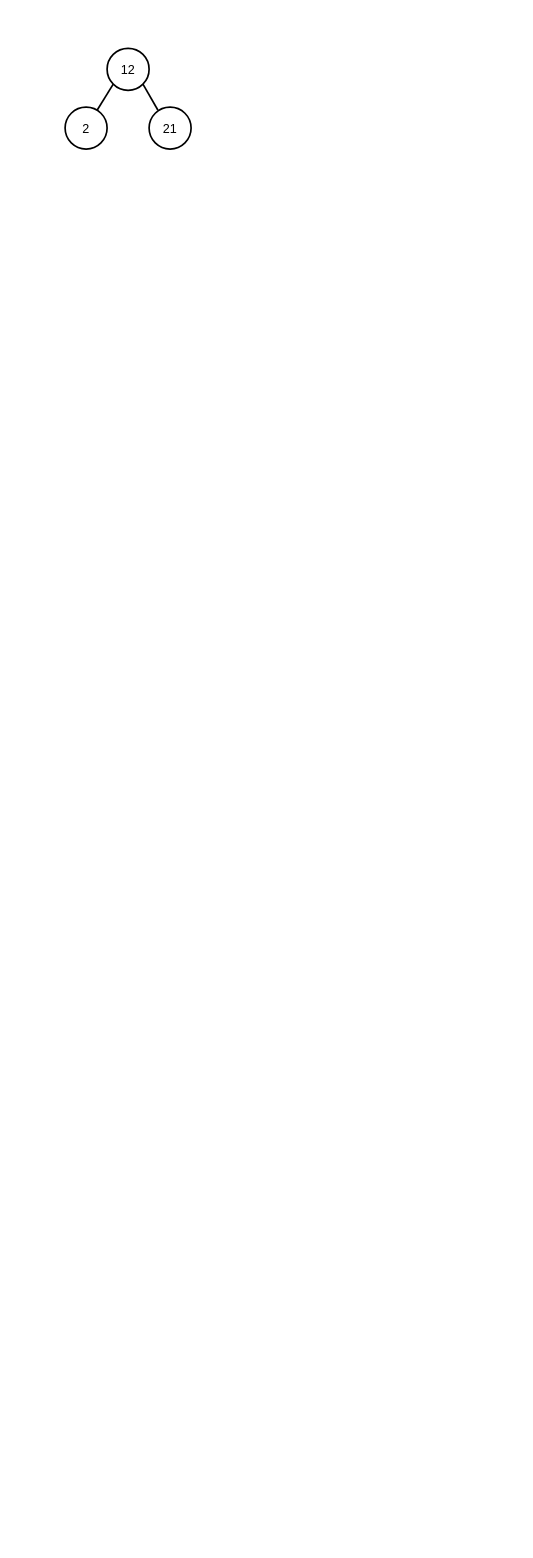
Earlier version of the draw.io diagram page "rb_tree_rebalance" (8 of 13) of ft_containers.drawio (khk811/ft_containers). Source tidied: cells renumbered, new cells numbered last; positions are measured from the earlier drawing's top-left corner, leaving out a move shared by most shapes. Both pictures are drawn from the tidied source at 84%, with x=0, y=0 at pixel (65, 48).
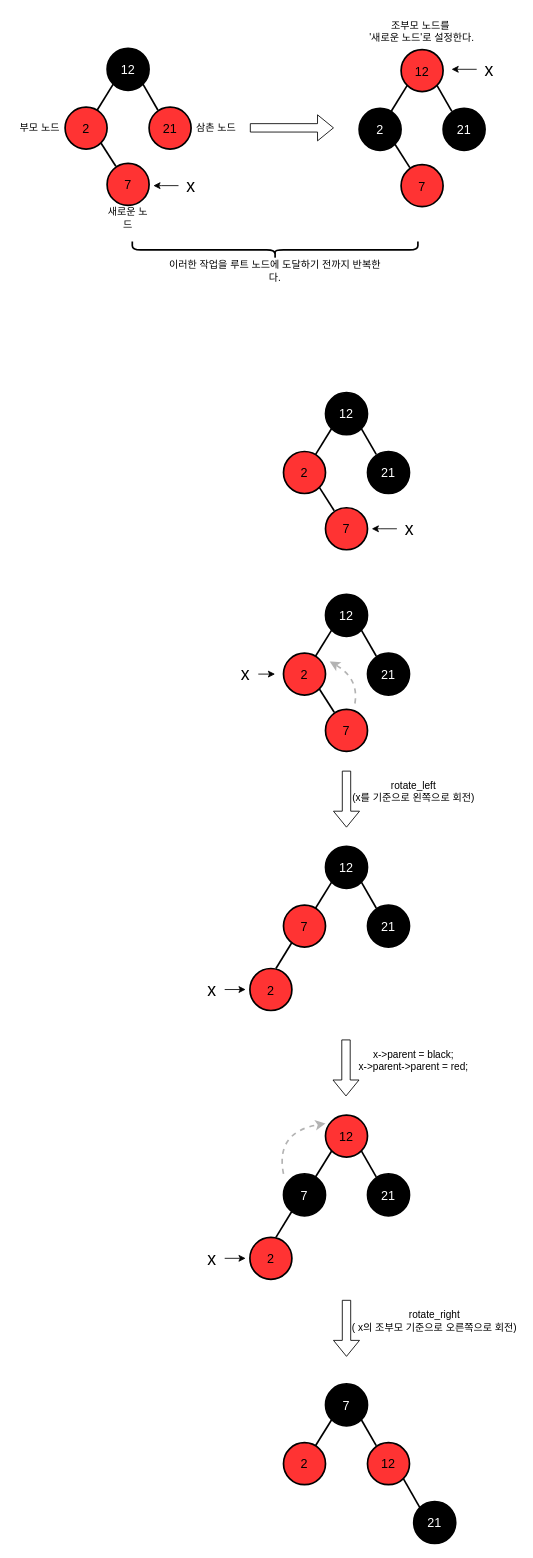
After the change.

The edit, as a diff of the source:
```diff
@@
-    <mxCell id="2" value="&lt;font color=&quot;#000000&quot;&gt;2&lt;/font&gt;" style="ellipse;whiteSpace=wrap;html=1;fillStyle=auto;strokeColor=#000000;strokeWidth=2;fontSize=15;fontColor=#FF6666;fillColor=none;" parent="1" vertex="1">
+    <mxCell id="2" value="&lt;font color=&quot;#000000&quot;&gt;2&lt;/font&gt;" style="ellipse;whiteSpace=wrap;html=1;fillStyle=auto;strokeColor=#000000;strokeWidth=2;fontSize=15;fontColor=#FF6666;fillColor=#FF3333;" parent="1" vertex="1">
       <mxGeometry y="70" width="50" height="50" as="geometry" />
     </mxCell>
-    <mxCell id="3" value="&lt;font color=&quot;#000000&quot;&gt;12&lt;/font&gt;" style="ellipse;whiteSpace=wrap;html=1;fillStyle=auto;strokeColor=#000000;strokeWidth=2;fontSize=15;fontColor=#FF6666;fillColor=none;" parent="1" vertex="1">
+    <mxCell id="3" value="&lt;font&gt;12&lt;/font&gt;" style="ellipse;whiteSpace=wrap;html=1;fillStyle=auto;strokeColor=#000000;strokeWidth=2;fontSize=15;fontColor=#FFFFFF;fillColor=#000000;" parent="1" vertex="1">
       <mxGeometry x="50" width="50" height="50" as="geometry" />
     </mxCell>
-    <mxCell id="4" value="&lt;font color=&quot;#000000&quot;&gt;21&lt;/font&gt;" style="ellipse;whiteSpace=wrap;html=1;fillStyle=auto;strokeColor=#000000;strokeWidth=2;fontSize=15;fontColor=#FF6666;fillColor=none;" parent="1" vertex="1">
+    <mxCell id="4" value="&lt;font color=&quot;#000000&quot;&gt;21&lt;/font&gt;" style="ellipse;whiteSpace=wrap;html=1;fillStyle=auto;strokeColor=#000000;strokeWidth=2;fontSize=15;fontColor=#FF6666;fillColor=#FF3333;" parent="1" vertex="1">
       <mxGeometry x="100" y="70" width="50" height="50" as="geometry" />
     </mxCell>
@@
+    <mxCell id="7" value="&lt;font color=&quot;#000000&quot;&gt;7&lt;/font&gt;" style="ellipse;whiteSpace=wrap;html=1;fillStyle=auto;strokeColor=#000000;strokeWidth=2;fontSize=15;fontColor=#FF6666;fillColor=#FF3333;" parent="1" vertex="1">
+      <mxGeometry x="50" y="137" width="50" height="50" as="geometry" />
+    </mxCell>
+    <mxCell id="8" style="endArrow=none;html=1;rounded=0;strokeColor=#000000;strokeWidth=2;fontSize=15;fontColor=#FF6666;exitX=0.208;exitY=0.07;exitDx=0;exitDy=0;entryX=1;entryY=1;entryDx=0;entryDy=0;exitPerimeter=0;" parent="1" edge="1" source="7" target="2">
+      <mxGeometry relative="1" as="geometry" />
+    </mxCell>
+    <mxCell id="9" value="새로운 노드" style="text;strokeColor=none;align=center;fillColor=none;html=1;verticalAlign=middle;whiteSpace=wrap;rounded=0;" parent="1" vertex="1">
+      <mxGeometry x="45" y="187" width="60" height="30" as="geometry" />
+    </mxCell>
+    <mxCell id="10" value="부모 노드" style="text;strokeColor=none;align=center;fillColor=none;html=1;verticalAlign=middle;whiteSpace=wrap;rounded=0;" parent="1" vertex="1">
+      <mxGeometry x="-60" y="80" width="60" height="30" as="geometry" />
+    </mxCell>
+    <mxCell id="11" value="삼촌 노드" style="text;strokeColor=none;align=center;fillColor=none;html=1;verticalAlign=middle;whiteSpace=wrap;rounded=0;" parent="1" vertex="1">
+      <mxGeometry x="150" y="80" width="60" height="30" as="geometry" />
+    </mxCell>
+    <mxCell id="12" value="&lt;font&gt;2&lt;/font&gt;" style="ellipse;whiteSpace=wrap;html=1;fillStyle=auto;strokeColor=#000000;strokeWidth=2;fontSize=15;fontColor=#FFFFFF;fillColor=#000000;" parent="1" vertex="1">
+      <mxGeometry x="350" y="71.5" width="50" height="50" as="geometry" />
+    </mxCell>
+    <mxCell id="13" value="&lt;font&gt;12&lt;/font&gt;" style="ellipse;whiteSpace=wrap;html=1;fillStyle=auto;strokeColor=#000000;strokeWidth=2;fontSize=15;fontColor=#000000;fillColor=#FF3333;" parent="1" vertex="1">
+      <mxGeometry x="400" y="1.5" width="50" height="50" as="geometry" />
+    </mxCell>
+    <mxCell id="14" value="&lt;font&gt;21&lt;/font&gt;" style="ellipse;whiteSpace=wrap;html=1;fillStyle=auto;strokeColor=#000000;strokeWidth=2;fontSize=15;fontColor=#FFFFFF;fillColor=#000000;" parent="1" vertex="1">
+      <mxGeometry x="450" y="71.5" width="50" height="50" as="geometry" />
+    </mxCell>
+    <mxCell id="15" style="endArrow=none;html=1;rounded=0;strokeColor=#000000;strokeWidth=2;fontSize=15;fontColor=#FF6666;entryX=0;entryY=1;entryDx=0;entryDy=0;" parent="1" edge="1" source="12" target="13">
+      <mxGeometry relative="1" as="geometry" />
+    </mxCell>
+    <mxCell id="16" style="endArrow=none;html=1;rounded=0;strokeColor=#000000;strokeWidth=2;fontSize=15;fontColor=#FF6666;exitX=0.208;exitY=0.07;exitDx=0;exitDy=0;entryX=1;entryY=1;entryDx=0;entryDy=0;exitPerimeter=0;" parent="1" edge="1" source="14" target="13">
+      <mxGeometry relative="1" as="geometry" />
+    </mxCell>
+    <mxCell id="17" value="&lt;font color=&quot;#000000&quot;&gt;7&lt;/font&gt;" style="ellipse;whiteSpace=wrap;html=1;fillStyle=auto;strokeColor=#000000;strokeWidth=2;fontSize=15;fontColor=#FF6666;fillColor=#FF3333;" parent="1" vertex="1">
+      <mxGeometry x="400" y="138.5" width="50" height="50" as="geometry" />
+    </mxCell>
+    <mxCell id="18" style="endArrow=none;html=1;rounded=0;strokeColor=#000000;strokeWidth=2;fontSize=15;fontColor=#FF6666;exitX=0.208;exitY=0.07;exitDx=0;exitDy=0;entryX=1;entryY=1;entryDx=0;entryDy=0;exitPerimeter=0;" parent="1" edge="1" source="17" target="12">
+      <mxGeometry relative="1" as="geometry" />
+    </mxCell>
+    <mxCell id="19" style="shape=flexArrow;endArrow=classic;html=1;rounded=0;" parent="1" edge="1">
+      <mxGeometry relative="1" as="geometry">
+        <mxPoint x="220" y="94.7" as="sourcePoint" />
+        <mxPoint x="320" y="94.7" as="targetPoint" />
+      </mxGeometry>
+    </mxCell>
+    <mxCell id="20" style="shape=curlyBracket;whiteSpace=wrap;html=1;rounded=1;labelPosition=left;verticalLabelPosition=middle;align=right;verticalAlign=middle;direction=north;strokeWidth=2;" parent="1" vertex="1">
+      <mxGeometry x="80" y="230" width="340" height="20" as="geometry" />
+    </mxCell>
+    <mxCell id="21" value="이러한 작업을 루트 노드에 도달하기 전까지 반복한다." style="text;strokeColor=none;align=center;fillColor=none;html=1;verticalAlign=middle;whiteSpace=wrap;rounded=0;" parent="1" vertex="1">
+      <mxGeometry x="120" y="250" width="260" height="30" as="geometry" />
+    </mxCell>
+    <mxCell id="22" value="조부모 노드를&amp;nbsp;&lt;br&gt;'새로운 노드'로 설정한다." style="text;strokeColor=none;align=center;fillColor=none;html=1;verticalAlign=middle;whiteSpace=wrap;rounded=0;" parent="1" vertex="1">
+      <mxGeometry x="355" y="-40" width="140" height="40" as="geometry" />
+    </mxCell>
+    <mxCell id="23" style="edgeStyle=orthogonalEdgeStyle;rounded=0;jettySize=auto;html=1;" parent="1" edge="1" source="24">
+      <mxGeometry relative="1" as="geometry">
+        <mxPoint x="250" y="745" as="targetPoint" />
+      </mxGeometry>
+    </mxCell>
+    <mxCell id="24" value="&lt;font style=&quot;font-size: 21px;&quot;&gt;x&lt;/font&gt;" style="text;strokeColor=none;align=center;fillColor=none;html=1;verticalAlign=middle;whiteSpace=wrap;rounded=0;" parent="1" vertex="1">
+      <mxGeometry x="200" y="731.5" width="30" height="27" as="geometry" />
+    </mxCell>
+    <mxCell id="25" style="edgeStyle=orthogonalEdgeStyle;rounded=0;jettySize=auto;html=1;" parent="1" edge="1" source="26">
+      <mxGeometry relative="1" as="geometry">
+        <mxPoint x="460" y="25" as="targetPoint" />
+      </mxGeometry>
+    </mxCell>
+    <mxCell id="26" value="&lt;font style=&quot;font-size: 21px;&quot;&gt;x&lt;/font&gt;" style="text;strokeColor=none;align=center;fillColor=none;html=1;verticalAlign=middle;whiteSpace=wrap;rounded=0;" parent="1" vertex="1">
+      <mxGeometry x="490" y="11.5" width="30" height="27" as="geometry" />
+    </mxCell>
+    <mxCell id="27" value="&lt;font color=&quot;#000000&quot;&gt;2&lt;/font&gt;" style="ellipse;whiteSpace=wrap;html=1;fillStyle=auto;strokeColor=#000000;strokeWidth=2;fontSize=15;fontColor=#FF6666;fillColor=#FF3333;" parent="1" vertex="1">
+      <mxGeometry x="260" y="720" width="50" height="50" as="geometry" />
+    </mxCell>
+    <mxCell id="28" value="&lt;font&gt;12&lt;/font&gt;" style="ellipse;whiteSpace=wrap;html=1;fillStyle=auto;strokeColor=#000000;strokeWidth=2;fontSize=15;fontColor=#FFFFFF;fillColor=#000000;" parent="1" vertex="1">
+      <mxGeometry x="310" y="650" width="50" height="50" as="geometry" />
+    </mxCell>
+    <mxCell id="29" value="&lt;font&gt;21&lt;/font&gt;" style="ellipse;whiteSpace=wrap;html=1;fillStyle=auto;strokeColor=#000000;strokeWidth=2;fontSize=15;fontColor=#FFFFFF;fillColor=#000000;" parent="1" vertex="1">
+      <mxGeometry x="360" y="720" width="50" height="50" as="geometry" />
+    </mxCell>
+    <mxCell id="30" style="endArrow=none;html=1;rounded=0;strokeColor=#000000;strokeWidth=2;fontSize=15;fontColor=#FF6666;entryX=0;entryY=1;entryDx=0;entryDy=0;" parent="1" edge="1" source="27" target="28">
+      <mxGeometry relative="1" as="geometry" />
+    </mxCell>
+    <mxCell id="31" style="endArrow=none;html=1;rounded=0;strokeColor=#000000;strokeWidth=2;fontSize=15;fontColor=#FF6666;exitX=0.208;exitY=0.07;exitDx=0;exitDy=0;entryX=1;entryY=1;entryDx=0;entryDy=0;exitPerimeter=0;" parent="1" edge="1" source="29" target="28">
+      <mxGeometry relative="1" as="geometry" />
+    </mxCell>
+    <mxCell id="32" value="&lt;font color=&quot;#000000&quot;&gt;7&lt;/font&gt;" style="ellipse;whiteSpace=wrap;html=1;fillStyle=auto;strokeColor=#000000;strokeWidth=2;fontSize=15;fontColor=#FF6666;fillColor=#FF3333;" parent="1" vertex="1">
+      <mxGeometry x="310" y="787" width="50" height="50" as="geometry" />
+    </mxCell>
+    <mxCell id="33" style="endArrow=none;html=1;rounded=0;strokeColor=#000000;strokeWidth=2;fontSize=15;fontColor=#FF6666;exitX=0.208;exitY=0.07;exitDx=0;exitDy=0;entryX=1;entryY=1;entryDx=0;entryDy=0;exitPerimeter=0;" parent="1" edge="1" source="32" target="27">
+      <mxGeometry relative="1" as="geometry" />
+    </mxCell>
+    <mxCell id="34" style="shape=flexArrow;endArrow=classic;html=1;rounded=0;" parent="1" edge="1">
+      <mxGeometry relative="1" as="geometry">
+        <mxPoint x="335" y="860" as="sourcePoint" />
+        <mxPoint x="335" y="927.7" as="targetPoint" />
+      </mxGeometry>
+    </mxCell>
+    <mxCell id="35" value="rotate_left&lt;br&gt;(x를 기준으로 왼쪽으로 회전)" style="text;strokeColor=none;align=center;fillColor=none;html=1;verticalAlign=middle;whiteSpace=wrap;rounded=0;" parent="1" vertex="1">
+      <mxGeometry x="340" y="870" width="150" height="30" as="geometry" />
+    </mxCell>
+    <mxCell id="36" style="curved=1;endArrow=classic;html=1;rounded=0;dashed=1;strokeWidth=2;strokeColor=#B3B3B3;" parent="1" edge="1">
+      <mxGeometry relative="1" as="geometry">
+        <mxPoint x="345" y="780" as="sourcePoint" />
+        <mxPoint x="315" y="730" as="targetPoint" />
+        <Array as="points">
+          <mxPoint x="350" y="750" />
+        </Array>
+      </mxGeometry>
+    </mxCell>
+    <mxCell id="37" value="&lt;font color=&quot;#000000&quot;&gt;2&lt;/font&gt;" style="ellipse;whiteSpace=wrap;html=1;fillStyle=auto;strokeColor=#000000;strokeWidth=2;fontSize=15;fontColor=#FF6666;fillColor=#FF3333;" parent="1" vertex="1">
+      <mxGeometry x="260" y="480" width="50" height="50" as="geometry" />
+    </mxCell>
+    <mxCell id="38" value="&lt;font&gt;12&lt;/font&gt;" style="ellipse;whiteSpace=wrap;html=1;fillStyle=auto;strokeColor=#000000;strokeWidth=2;fontSize=15;fontColor=#FFFFFF;fillColor=#000000;" parent="1" vertex="1">
+      <mxGeometry x="310" y="410" width="50" height="50" as="geometry" />
+    </mxCell>
+    <mxCell id="39" value="&lt;font&gt;21&lt;/font&gt;" style="ellipse;whiteSpace=wrap;html=1;fillStyle=auto;strokeColor=#000000;strokeWidth=2;fontSize=15;fontColor=#FFFFFF;fillColor=#000000;" parent="1" vertex="1">
+      <mxGeometry x="360" y="480" width="50" height="50" as="geometry" />
+    </mxCell>
+    <mxCell id="40" style="endArrow=none;html=1;rounded=0;strokeColor=#000000;strokeWidth=2;fontSize=15;fontColor=#FF6666;entryX=0;entryY=1;entryDx=0;entryDy=0;" parent="1" edge="1" source="37" target="38">
+      <mxGeometry relative="1" as="geometry" />
+    </mxCell>
+    <mxCell id="41" style="endArrow=none;html=1;rounded=0;strokeColor=#000000;strokeWidth=2;fontSize=15;fontColor=#FF6666;exitX=0.208;exitY=0.07;exitDx=0;exitDy=0;entryX=1;entryY=1;entryDx=0;entryDy=0;exitPerimeter=0;" parent="1" edge="1" source="39" target="38">
+      <mxGeometry relative="1" as="geometry" />
+    </mxCell>
+    <mxCell id="42" value="&lt;font color=&quot;#000000&quot;&gt;7&lt;/font&gt;" style="ellipse;whiteSpace=wrap;html=1;fillStyle=auto;strokeColor=#000000;strokeWidth=2;fontSize=15;fontColor=#FF6666;fillColor=#FF3333;" parent="1" vertex="1">
+      <mxGeometry x="310" y="547" width="50" height="50" as="geometry" />
+    </mxCell>
+    <mxCell id="43" style="endArrow=none;html=1;rounded=0;strokeColor=#000000;strokeWidth=2;fontSize=15;fontColor=#FF6666;exitX=0.208;exitY=0.07;exitDx=0;exitDy=0;entryX=1;entryY=1;entryDx=0;entryDy=0;exitPerimeter=0;" parent="1" edge="1" source="42" target="37">
+      <mxGeometry relative="1" as="geometry" />
+    </mxCell>
+    <mxCell id="44" style="edgeStyle=orthogonalEdgeStyle;rounded=0;jettySize=auto;html=1;" parent="1" edge="1" source="45">
+      <mxGeometry relative="1" as="geometry">
+        <mxPoint x="105" y="163.5" as="targetPoint" />
+      </mxGeometry>
+    </mxCell>
+    <mxCell id="45" value="&lt;font style=&quot;font-size: 21px;&quot;&gt;x&lt;/font&gt;" style="text;strokeColor=none;align=center;fillColor=none;html=1;verticalAlign=middle;whiteSpace=wrap;rounded=0;" parent="1" vertex="1">
+      <mxGeometry x="135" y="150" width="30" height="27" as="geometry" />
+    </mxCell>
+    <mxCell id="46" style="edgeStyle=orthogonalEdgeStyle;rounded=0;jettySize=auto;html=1;" parent="1" edge="1" source="47">
+      <mxGeometry relative="1" as="geometry">
+        <mxPoint x="365" y="572" as="targetPoint" />
+      </mxGeometry>
+    </mxCell>
+    <mxCell id="47" value="&lt;font style=&quot;font-size: 21px;&quot;&gt;x&lt;/font&gt;" style="text;strokeColor=none;align=center;fillColor=none;html=1;verticalAlign=middle;whiteSpace=wrap;rounded=0;" parent="1" vertex="1">
+      <mxGeometry x="395" y="558.5" width="30" height="27" as="geometry" />
+    </mxCell>
+    <mxCell id="48" value="&lt;font color=&quot;#000000&quot;&gt;7&lt;/font&gt;" style="ellipse;whiteSpace=wrap;html=1;fillStyle=auto;strokeColor=#000000;strokeWidth=2;fontSize=15;fontColor=#FF6666;fillColor=#FF3333;" parent="1" vertex="1">
+      <mxGeometry x="260" y="1020" width="50" height="50" as="geometry" />
+    </mxCell>
+    <mxCell id="49" value="&lt;font&gt;12&lt;/font&gt;" style="ellipse;whiteSpace=wrap;html=1;fillStyle=auto;strokeColor=#000000;strokeWidth=2;fontSize=15;fontColor=#FFFFFF;fillColor=#000000;" parent="1" vertex="1">
+      <mxGeometry x="310" y="950" width="50" height="50" as="geometry" />
+    </mxCell>
+    <mxCell id="50" value="&lt;font&gt;21&lt;/font&gt;" style="ellipse;whiteSpace=wrap;html=1;fillStyle=auto;strokeColor=#000000;strokeWidth=2;fontSize=15;fontColor=#FFFFFF;fillColor=#000000;" parent="1" vertex="1">
+      <mxGeometry x="360" y="1020" width="50" height="50" as="geometry" />
+    </mxCell>
+    <mxCell id="51" style="endArrow=none;html=1;rounded=0;strokeColor=#000000;strokeWidth=2;fontSize=15;fontColor=#FF6666;entryX=0;entryY=1;entryDx=0;entryDy=0;" parent="1" edge="1" source="48" target="49">
+      <mxGeometry relative="1" as="geometry" />
+    </mxCell>
+    <mxCell id="52" style="endArrow=none;html=1;rounded=0;strokeColor=#000000;strokeWidth=2;fontSize=15;fontColor=#FF6666;exitX=0.208;exitY=0.07;exitDx=0;exitDy=0;entryX=1;entryY=1;entryDx=0;entryDy=0;exitPerimeter=0;" parent="1" edge="1" source="50" target="49">
+      <mxGeometry relative="1" as="geometry" />
+    </mxCell>
+    <mxCell id="53" value="&lt;font color=&quot;#000000&quot;&gt;2&lt;/font&gt;" style="ellipse;whiteSpace=wrap;html=1;fillStyle=auto;strokeColor=#000000;strokeWidth=2;fontSize=15;fontColor=#FF6666;fillColor=#FF3333;" parent="1" vertex="1">
+      <mxGeometry x="220" y="1095.5" width="50" height="50" as="geometry" />
+    </mxCell>
+    <mxCell id="54" style="endArrow=none;html=1;rounded=0;strokeColor=#000000;strokeWidth=2;fontSize=15;fontColor=#FF6666;entryX=0;entryY=1;entryDx=0;entryDy=0;" parent="1" edge="1">
+      <mxGeometry relative="1" as="geometry">
+        <mxPoint x="251" y="1095.5" as="sourcePoint" />
+        <mxPoint x="270" y="1064.5" as="targetPoint" />
+      </mxGeometry>
+    </mxCell>
+    <mxCell id="55" style="edgeStyle=orthogonalEdgeStyle;rounded=0;jettySize=auto;html=1;" parent="1" edge="1" source="56">
+      <mxGeometry relative="1" as="geometry">
+        <mxPoint x="215" y="1120.5" as="targetPoint" />
+      </mxGeometry>
+    </mxCell>
+    <mxCell id="56" value="&lt;font style=&quot;font-size: 21px;&quot;&gt;x&lt;/font&gt;" style="text;strokeColor=none;align=center;fillColor=none;html=1;verticalAlign=middle;whiteSpace=wrap;rounded=0;" parent="1" vertex="1">
+      <mxGeometry x="160" y="1107" width="30" height="27" as="geometry" />
+    </mxCell>
+    <mxCell id="57" style="shape=flexArrow;endArrow=classic;html=1;rounded=0;" parent="1" edge="1">
+      <mxGeometry relative="1" as="geometry">
+        <mxPoint x="334.4" y="1180" as="sourcePoint" />
+        <mxPoint x="334.4" y="1247.7" as="targetPoint" />
+      </mxGeometry>
+    </mxCell>
+    <mxCell id="58" value="x-&amp;gt;parent = black;&lt;br&gt;x-&amp;gt;parent-&amp;gt;parent = red;" style="text;strokeColor=none;align=center;fillColor=none;html=1;verticalAlign=middle;whiteSpace=wrap;rounded=0;" parent="1" vertex="1">
+      <mxGeometry x="340" y="1190" width="150" height="30" as="geometry" />
+    </mxCell>
+    <mxCell id="59" value="&lt;font&gt;7&lt;/font&gt;" style="ellipse;whiteSpace=wrap;html=1;fillStyle=auto;strokeColor=#000000;strokeWidth=2;fontSize=15;fontColor=#FFFFFF;fillColor=#000000;" parent="1" vertex="1">
+      <mxGeometry x="260" y="1340" width="50" height="50" as="geometry" />
+    </mxCell>
+    <mxCell id="60" value="&lt;font&gt;12&lt;/font&gt;" style="ellipse;whiteSpace=wrap;html=1;fillStyle=auto;strokeColor=#000000;strokeWidth=2;fontSize=15;fontColor=#000000;fillColor=#FF3333;" parent="1" vertex="1">
+      <mxGeometry x="310" y="1270" width="50" height="50" as="geometry" />
+    </mxCell>
+    <mxCell id="61" value="&lt;font&gt;21&lt;/font&gt;" style="ellipse;whiteSpace=wrap;html=1;fillStyle=auto;strokeColor=#000000;strokeWidth=2;fontSize=15;fontColor=#FFFFFF;fillColor=#000000;" parent="1" vertex="1">
+      <mxGeometry x="360" y="1340" width="50" height="50" as="geometry" />
+    </mxCell>
+    <mxCell id="62" style="endArrow=none;html=1;rounded=0;strokeColor=#000000;strokeWidth=2;fontSize=15;fontColor=#FF6666;entryX=0;entryY=1;entryDx=0;entryDy=0;" parent="1" edge="1" source="59" target="60">
+      <mxGeometry relative="1" as="geometry" />
+    </mxCell>
+    <mxCell id="63" style="endArrow=none;html=1;rounded=0;strokeColor=#000000;strokeWidth=2;fontSize=15;fontColor=#FF6666;exitX=0.208;exitY=0.07;exitDx=0;exitDy=0;entryX=1;entryY=1;entryDx=0;entryDy=0;exitPerimeter=0;" parent="1" edge="1" source="61" target="60">
+      <mxGeometry relative="1" as="geometry" />
+    </mxCell>
+    <mxCell id="64" value="&lt;font color=&quot;#000000&quot;&gt;2&lt;/font&gt;" style="ellipse;whiteSpace=wrap;html=1;fillStyle=auto;strokeColor=#000000;strokeWidth=2;fontSize=15;fontColor=#FF6666;fillColor=#FF3333;" parent="1" vertex="1">
+      <mxGeometry x="220" y="1415.5" width="50" height="50" as="geometry" />
+    </mxCell>
+    <mxCell id="65" style="endArrow=none;html=1;rounded=0;strokeColor=#000000;strokeWidth=2;fontSize=15;fontColor=#FF6666;entryX=0;entryY=1;entryDx=0;entryDy=0;" parent="1" edge="1">
+      <mxGeometry relative="1" as="geometry">
+        <mxPoint x="251" y="1415.5" as="sourcePoint" />
+        <mxPoint x="270" y="1384.5" as="targetPoint" />
+      </mxGeometry>
+    </mxCell>
+    <mxCell id="66" style="edgeStyle=orthogonalEdgeStyle;rounded=0;jettySize=auto;html=1;" parent="1" edge="1" source="67">
+      <mxGeometry relative="1" as="geometry">
+        <mxPoint x="215" y="1440.5" as="targetPoint" />
+      </mxGeometry>
+    </mxCell>
+    <mxCell id="67" value="&lt;font style=&quot;font-size: 21px;&quot;&gt;x&lt;/font&gt;" style="text;strokeColor=none;align=center;fillColor=none;html=1;verticalAlign=middle;whiteSpace=wrap;rounded=0;" parent="1" vertex="1">
+      <mxGeometry x="160" y="1427" width="30" height="27" as="geometry" />
+    </mxCell>
+    <mxCell id="68" style="curved=1;endArrow=classic;html=1;rounded=0;dashed=1;strokeWidth=2;strokeColor=#B3B3B3;" parent="1" edge="1">
+      <mxGeometry relative="1" as="geometry">
+        <mxPoint x="260" y="1340" as="sourcePoint" />
+        <mxPoint x="310" y="1280" as="targetPoint" />
+        <Array as="points">
+          <mxPoint x="250" y="1290" />
+        </Array>
+      </mxGeometry>
+    </mxCell>
+    <mxCell id="69" style="shape=flexArrow;endArrow=classic;html=1;rounded=0;" parent="1" edge="1">
+      <mxGeometry relative="1" as="geometry">
+        <mxPoint x="335" y="1490" as="sourcePoint" />
+        <mxPoint x="335" y="1557.7" as="targetPoint" />
+      </mxGeometry>
+    </mxCell>
+    <mxCell id="70" value="rotate_right&lt;br&gt;( x의 조부모 기준으로 오른쪽으로 회전)" style="text;strokeColor=none;align=center;fillColor=none;html=1;verticalAlign=middle;whiteSpace=wrap;rounded=0;" parent="1" vertex="1">
+      <mxGeometry x="340" y="1500" width="200" height="30" as="geometry" />
+    </mxCell>
+    <mxCell id="71" value="&lt;font&gt;2&lt;/font&gt;" style="ellipse;whiteSpace=wrap;html=1;fillStyle=auto;strokeColor=#000000;strokeWidth=2;fontSize=15;fontColor=#000000;fillColor=#FF3333;" parent="1" vertex="1">
+      <mxGeometry x="260" y="1660" width="50" height="50" as="geometry" />
+    </mxCell>
+    <mxCell id="72" value="&lt;font&gt;7&lt;/font&gt;" style="ellipse;whiteSpace=wrap;html=1;fillStyle=auto;strokeColor=#000000;strokeWidth=2;fontSize=15;fontColor=#FFFFFF;fillColor=#000000;" parent="1" vertex="1">
+      <mxGeometry x="310" y="1590" width="50" height="50" as="geometry" />
+    </mxCell>
+    <mxCell id="73" value="&lt;font&gt;12&lt;/font&gt;" style="ellipse;whiteSpace=wrap;html=1;fillStyle=auto;strokeColor=#000000;strokeWidth=2;fontSize=15;fontColor=#000000;fillColor=#FF3333;" parent="1" vertex="1">
+      <mxGeometry x="360" y="1660" width="50" height="50" as="geometry" />
+    </mxCell>
+    <mxCell id="74" style="endArrow=none;html=1;rounded=0;strokeColor=#000000;strokeWidth=2;fontSize=15;fontColor=#FF6666;entryX=0;entryY=1;entryDx=0;entryDy=0;" parent="1" edge="1" source="71" target="72">
+      <mxGeometry relative="1" as="geometry" />
+    </mxCell>
+    <mxCell id="75" style="endArrow=none;html=1;rounded=0;strokeColor=#000000;strokeWidth=2;fontSize=15;fontColor=#FF6666;exitX=0.208;exitY=0.07;exitDx=0;exitDy=0;entryX=1;entryY=1;entryDx=0;entryDy=0;exitPerimeter=0;" parent="1" edge="1" source="73" target="72">
+      <mxGeometry relative="1" as="geometry" />
+    </mxCell>
+    <mxCell id="76" value="&lt;font&gt;21&lt;/font&gt;" style="ellipse;whiteSpace=wrap;html=1;fillStyle=auto;strokeColor=#000000;strokeWidth=2;fontSize=15;fontColor=#FFFFFF;fillColor=#000000;" parent="1" vertex="1">
+      <mxGeometry x="415" y="1730" width="50" height="50" as="geometry" />
+    </mxCell>
+    <mxCell id="77" style="endArrow=none;html=1;rounded=0;strokeColor=#000000;strokeWidth=2;fontSize=15;fontColor=#FF6666;entryX=1;entryY=1;entryDx=0;entryDy=0;exitX=0;exitY=0;exitDx=0;exitDy=0;" parent="1" edge="1" source="76" target="73">
+      <mxGeometry relative="1" as="geometry" />
+    </mxCell>
```
